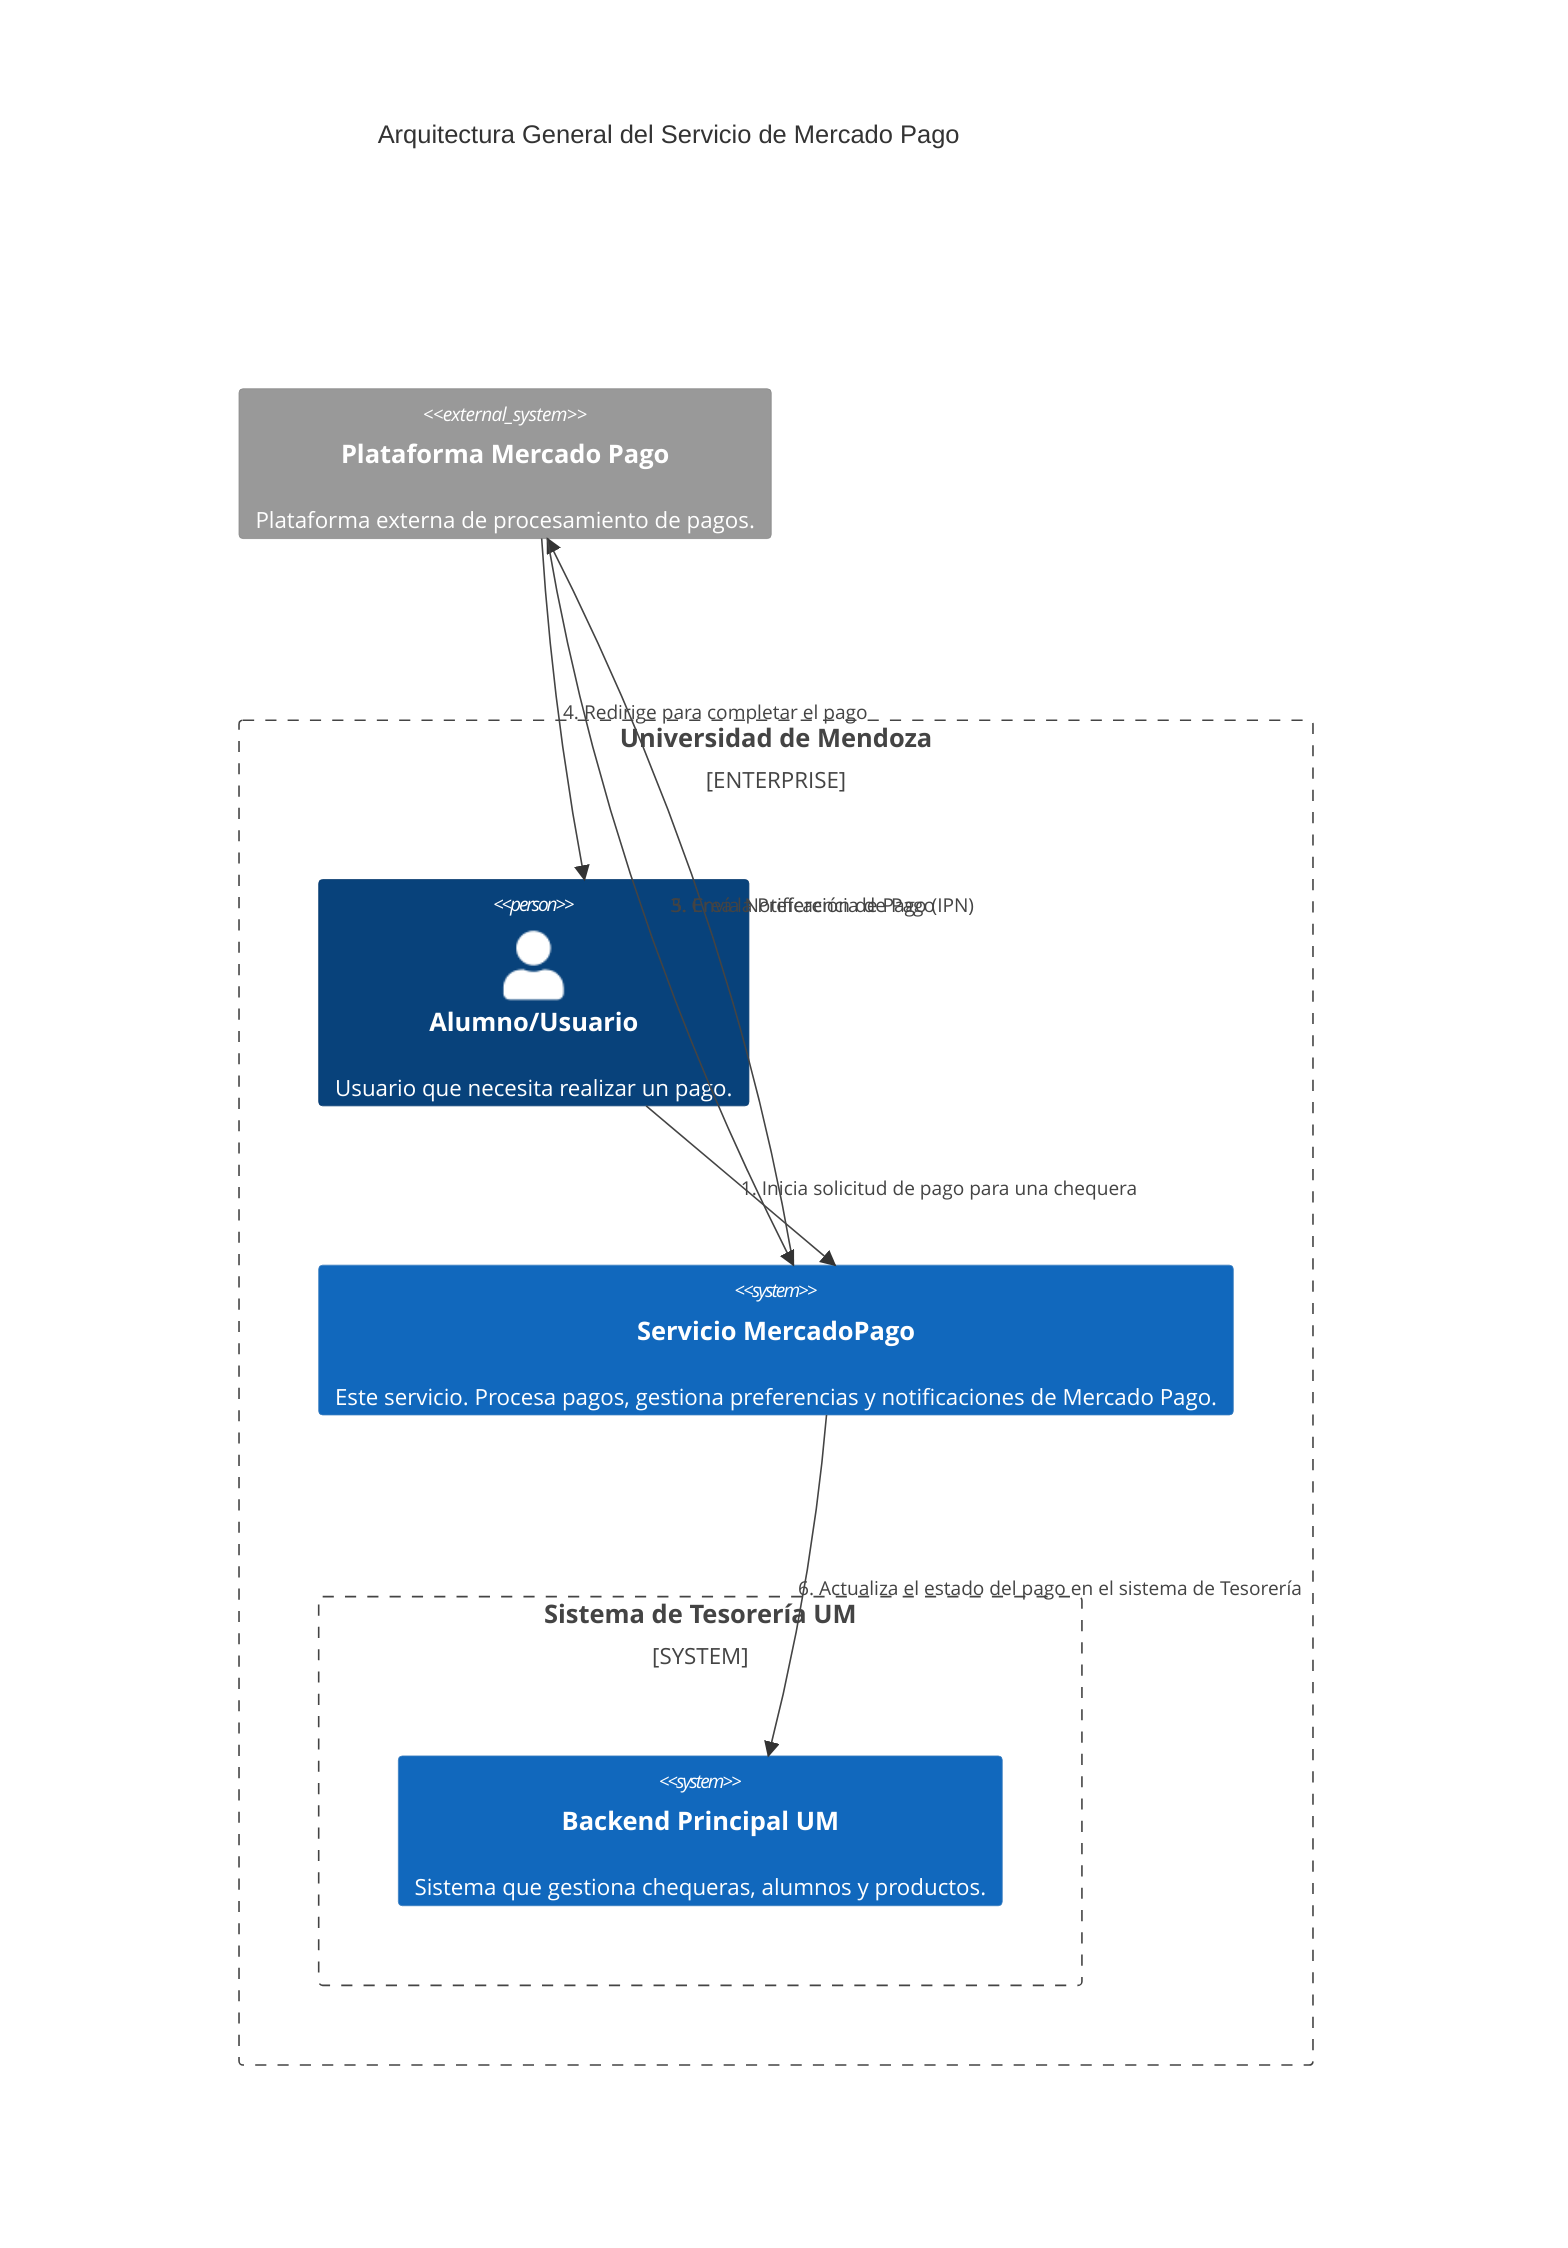
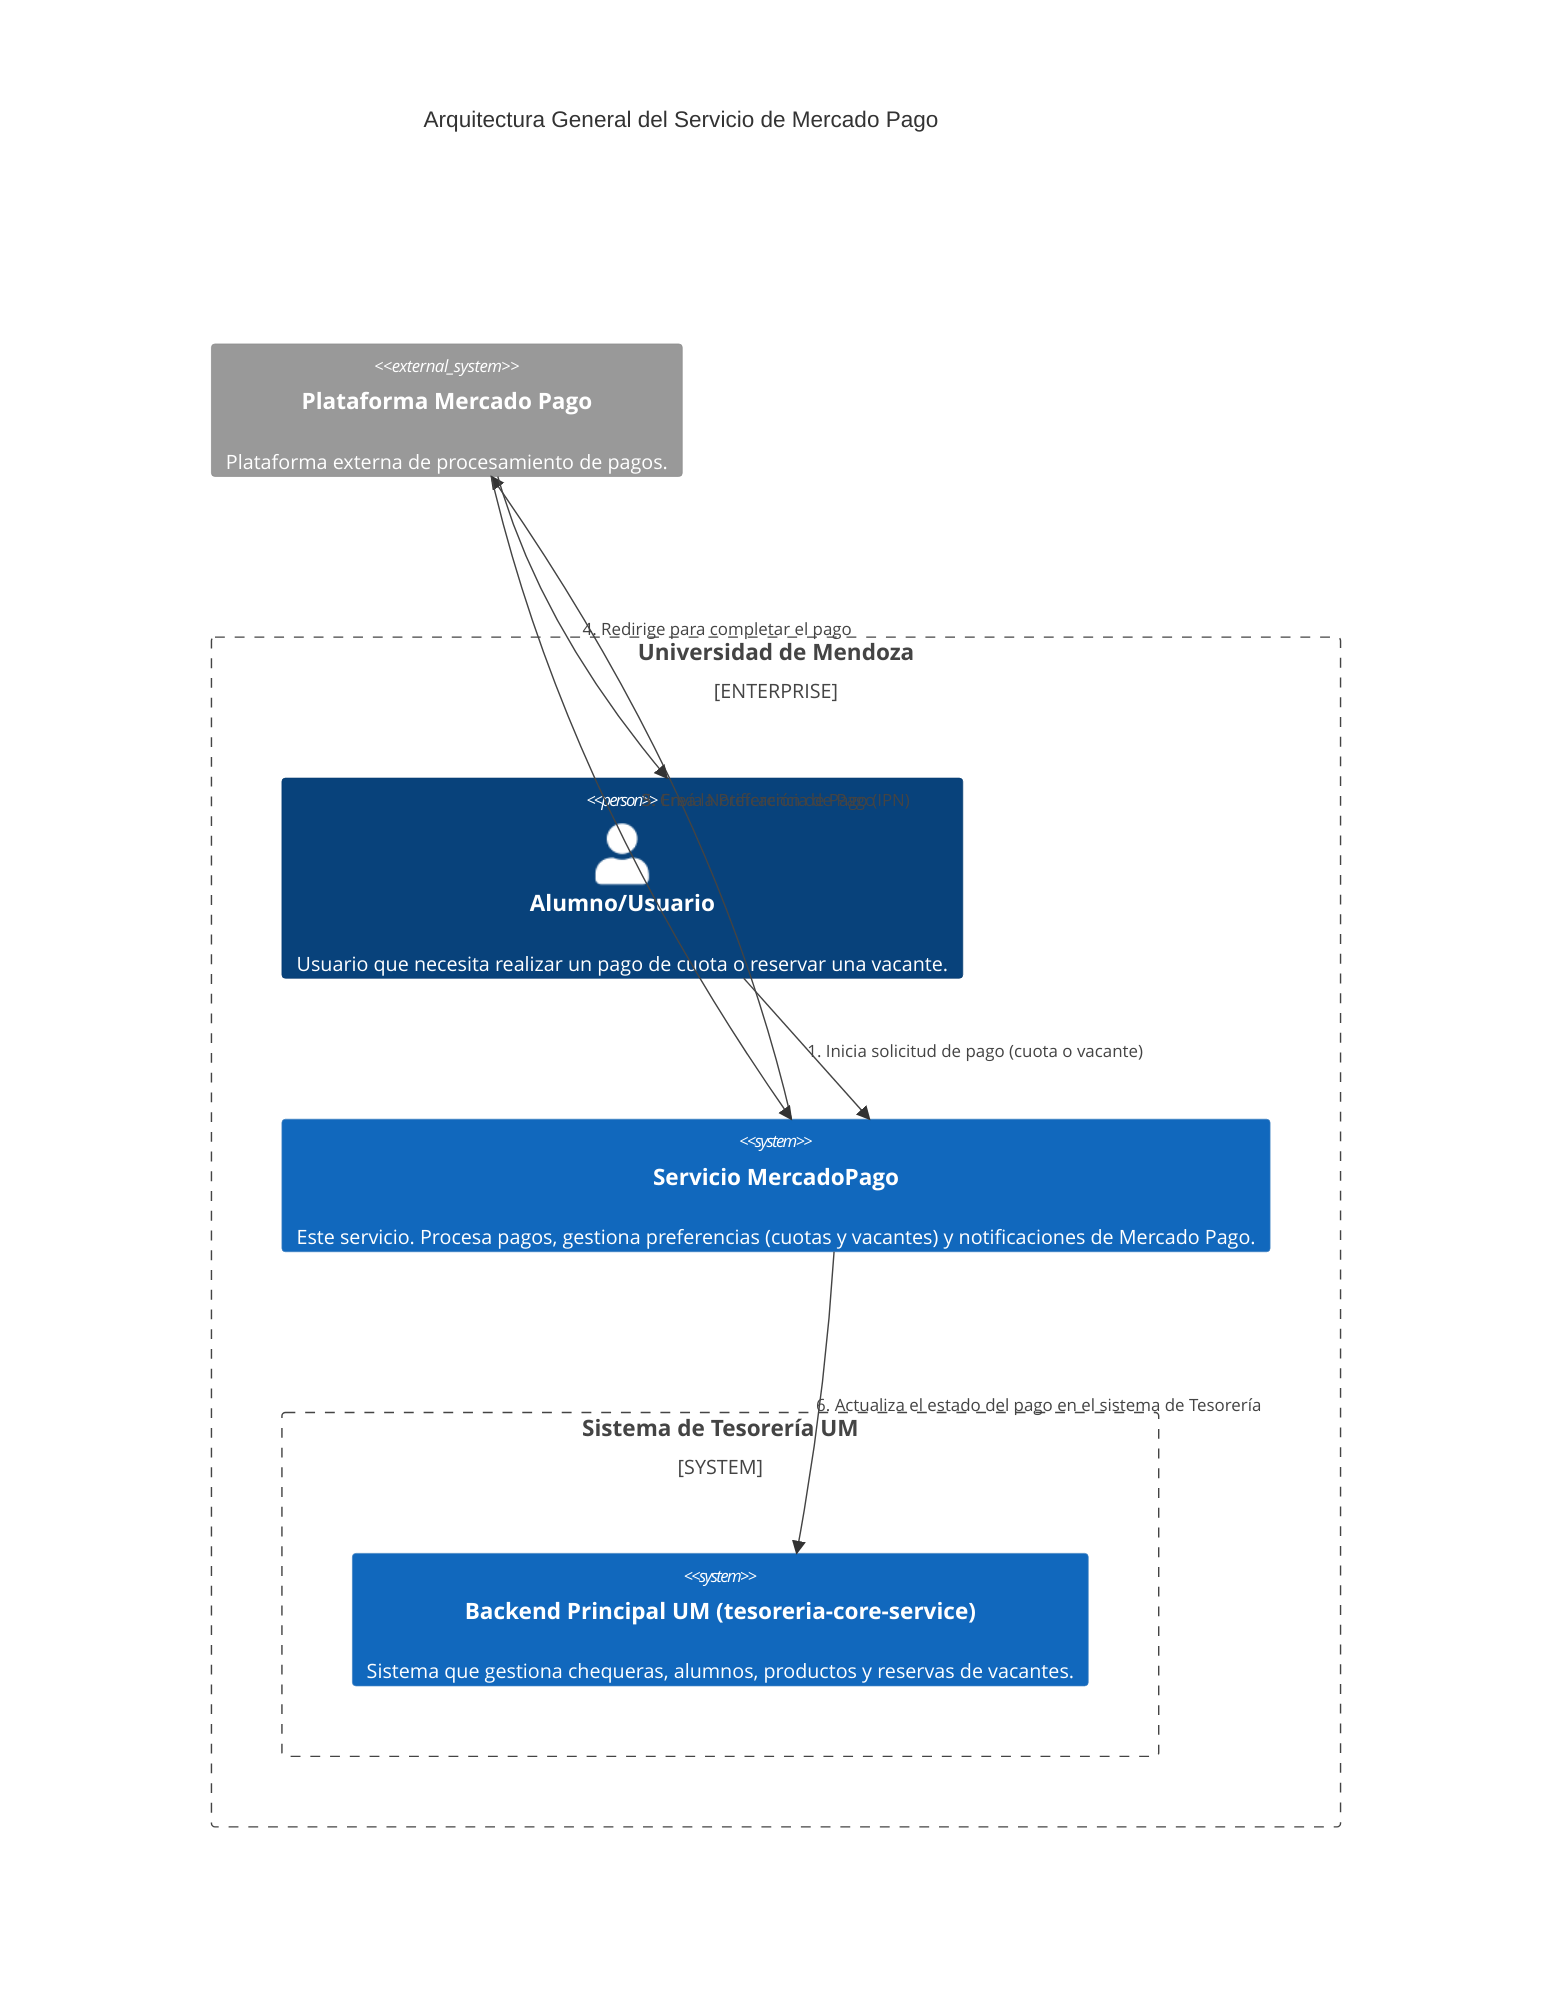
C4Context
    title Arquitectura General del Servicio de Mercado Pago

    Enterprise_Boundary(um, "Universidad de Mendoza") {
-         Person(alumno, "Alumno/Usuario", "Usuario que necesita realizar un pago.")
+         Person(alumno, "Alumno/Usuario", "Usuario que necesita realizar un pago de cuota o reservar una vacante.")

        System_Boundary(tesoreria, "Sistema de Tesorería UM") {
-             System(um_backend, "Backend Principal UM", "Sistema que gestiona chequeras, alumnos y productos.")
+             System(um_backend, "Backend Principal UM (tesoreria-core-service)", "Sistema que gestiona chequeras, alumnos, productos y reservas de vacantes.")
        }

-         System(mercadopago_service, "Servicio MercadoPago", "Este servicio. Procesa pagos, gestiona preferencias y notificaciones de Mercado Pago.")
+         System(mercadopago_service, "Servicio MercadoPago", "Este servicio. Procesa pagos, gestiona preferencias (cuotas y vacantes) y notificaciones de Mercado Pago.")
    }

    System_Ext(mp_platform, "Plataforma Mercado Pago", "Plataforma externa de procesamiento de pagos.")

-     Rel(alumno, mercadopago_service, "1. Inicia solicitud de pago para una chequera")
-     Rel(mercadopago_service, um_backend, "2. Valida datos de la chequera y el alumno")
+     Rel(alumno, mercadopago_service, "1. Inicia solicitud de pago (cuota o vacante)")
+     Rel(mercadopago_service, um_backend, "2. Valida datos vía Feign Client")
    Rel(mercadopago_service, mp_platform, "3. Crea la Preferencia de Pago")
    Rel(mp_platform, alumno, "4. Redirige para completar el pago")
    Rel(mp_platform, mercadopago_service, "5. Envía Notificación de Pago (IPN)")
    Rel(mercadopago_service, um_backend, "6. Actualiza el estado del pago en el sistema de Tesorería")
